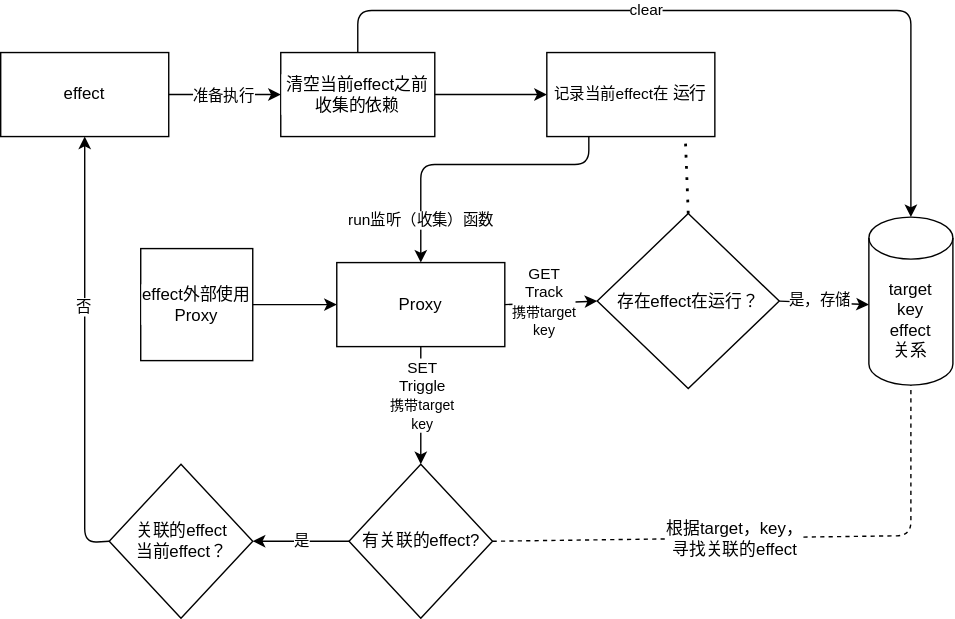
Above: build/article/37495e00ab36e870f8dd/image/effect.drawio.svg in bill-lai/bill-lai.github.io (draw.io), before the change. Source tidied: cells renumbered, new cells last; positions are measured from the earlier drawing's top-left corner, leaving out a move shared by most shapes.
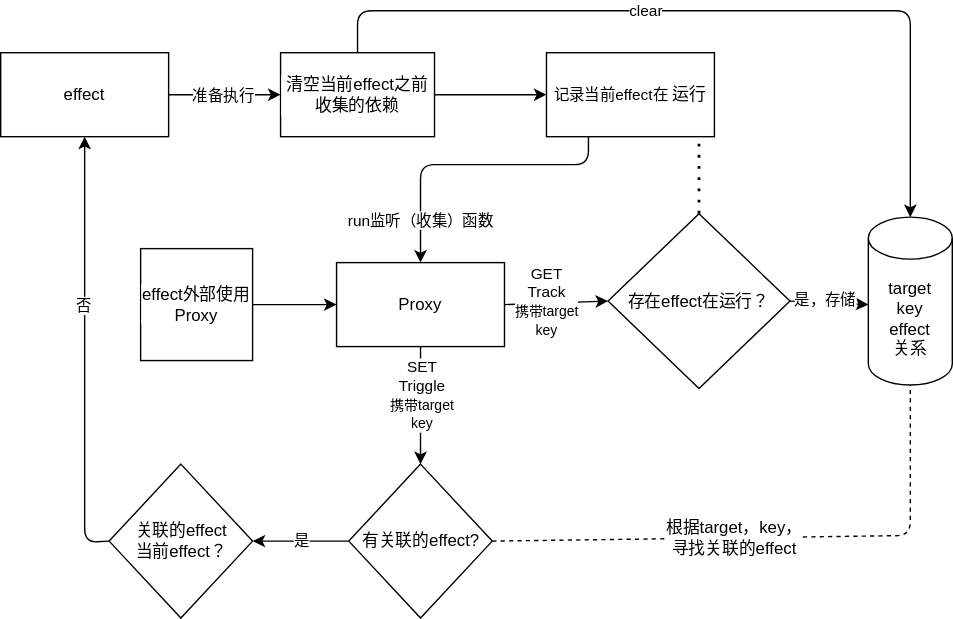
After the commit.

What changed in the source:
```diff
@@ -33,7 +33,7 @@
       </mxGeometry>
     </mxCell>
     <mxCell id="10" value="存在effect在运行？" style="rhombus;whiteSpace=wrap;html=1;labelBackgroundColor=#FFFFFF;fontColor=#000000;strokeColor=#000000;fillColor=none;" parent="1" vertex="1">
-      <mxGeometry x="426" y="145" width="130" height="125" as="geometry" />
+      <mxGeometry x="434" y="145" width="130" height="125" as="geometry" />
     </mxCell>
     <mxCell id="11" style="endArrow=classic;html=1;fontColor=#000000;strokeColor=#000000;exitX=1;exitY=0.5;exitDx=0;exitDy=0;" parent="1" edge="1" source="10">
       <mxGeometry relative="1" as="geometry">
@@ -49,8 +49,10 @@
     <mxCell id="14" value="&lt;span style=&quot;font-size: 11px&quot;&gt;记录当前effect在&lt;/span&gt;运行" style="rounded=0;whiteSpace=wrap;html=1;labelBackgroundColor=#FFFFFF;fontColor=#000000;strokeColor=#000000;fillColor=none;" parent="1" vertex="1">
       <mxGeometry x="390" y="30" width="120" height="60" as="geometry" />
     </mxCell>
-    <mxCell id="15" style="endArrow=none;dashed=1;html=1;dashPattern=1 3;strokeWidth=2;fontColor=#000000;exitX=0.5;exitY=0;exitDx=0;exitDy=0;strokeColor=#000000;entryX=0.825;entryY=1.05;entryDx=0;entryDy=0;entryPerimeter=0;" parent="1" edge="1" source="10" target="14">
-      <mxGeometry relative="1" as="geometry" />
+    <mxCell id="15" style="endArrow=none;dashed=1;html=1;dashPattern=1 3;strokeWidth=2;fontColor=#000000;exitX=0.5;exitY=0;exitDx=0;exitDy=0;strokeColor=#000000;" parent="1" edge="1" source="10">
+      <mxGeometry relative="1" as="geometry">
+        <mxPoint x="499" y="90" as="targetPoint" />
+      </mxGeometry>
     </mxCell>
     <mxCell id="16" value="有关联的effect?&lt;br&gt;" style="rhombus;whiteSpace=wrap;html=1;labelBackgroundColor=#FFFFFF;fontColor=#000000;strokeColor=#000000;fillColor=none;" parent="1" vertex="1">
       <mxGeometry x="248.8" y="324" width="102.5" height="110" as="geometry" />
```
